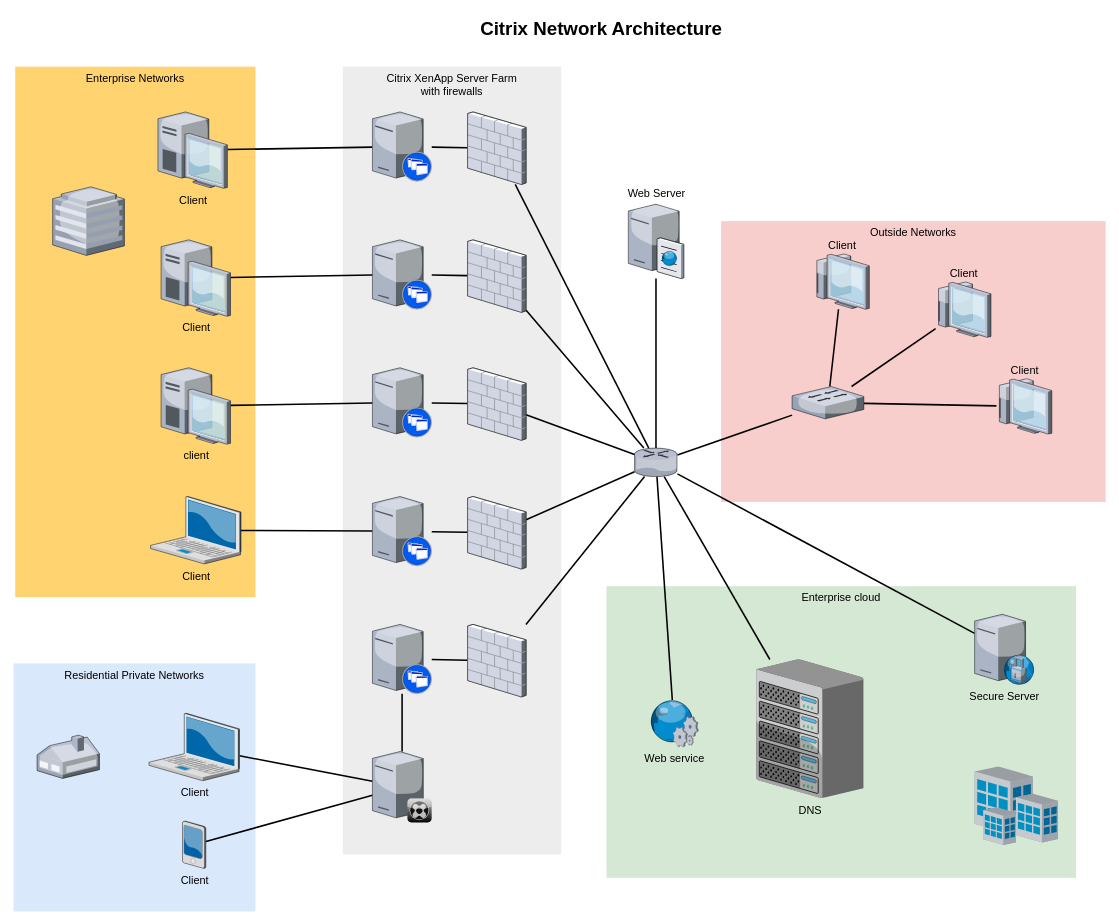
En-Quality/soluseen keeps this draw.io diagram as Untitled Diagram.drawio. Above is the earlier version. Source tidied: cells renumbered, new cells numbered last; positions are measured from the earlier drawing's top-left corner, leaving out a move shared by most shapes. Both pictures are drawn from the tidied source at 78%, with x=0, y=0 at pixel (13, 13).
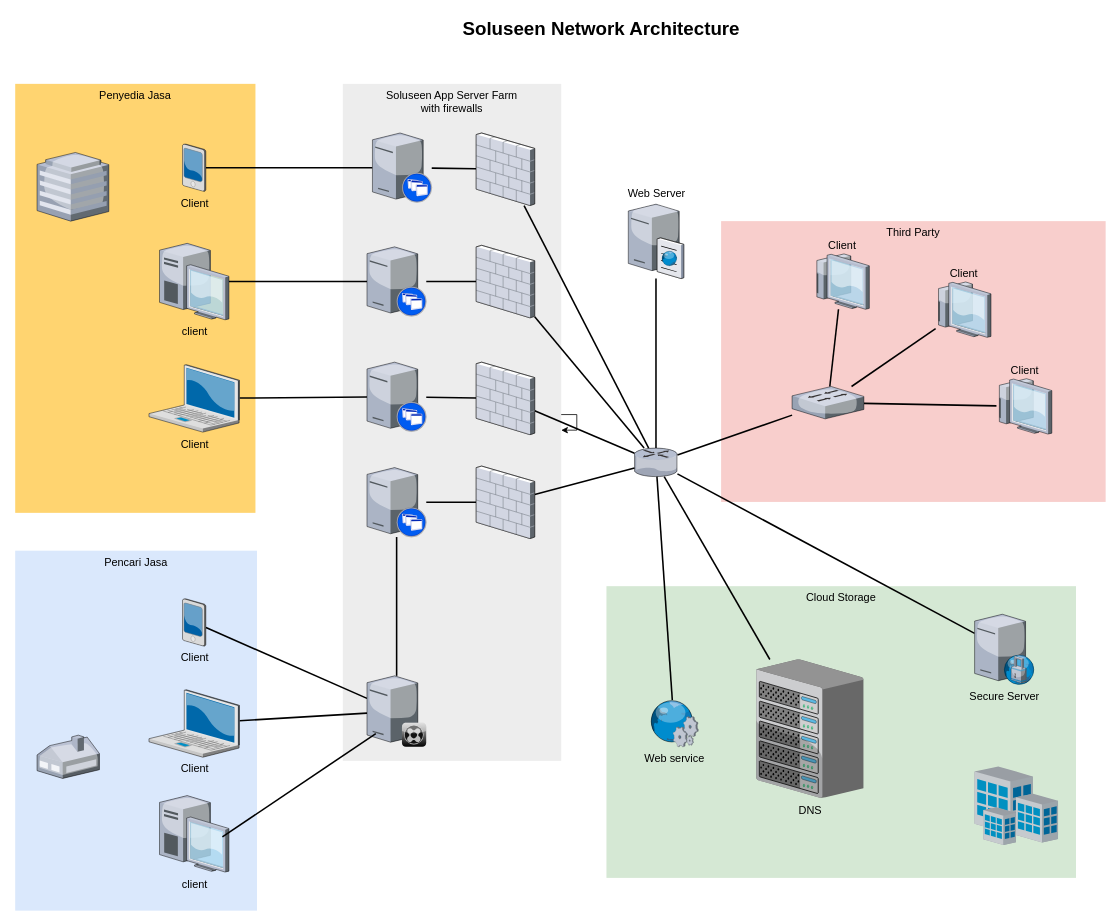
After the change.

The change refers to these unchanged cells:
```xml
<mxCell id="33" style="verticalLabelPosition=bottom;html=1;verticalAlign=top;strokeColor=none;shape=mxgraph.citrix.router;fillColor=#66B2FF;gradientColor=#0066CC;fontSize=14;" parent="1" vertex="1">
  <mxGeometry x="796" y="557" width="55" height="36.5" as="geometry" />
</mxCell>
```

The edit, as a diff of the source:
```diff
@@
-    <mxCell id="2" value="Outside Networks" style="whiteSpace=wrap;html=1;fillColor=#f8cecc;fontSize=14;strokeColor=none;verticalAlign=top;" parent="1" vertex="1">
+    <mxCell id="2" value="Third Party" style="whiteSpace=wrap;html=1;fillColor=#f8cecc;fontSize=14;strokeColor=none;verticalAlign=top;" parent="1" vertex="1">
       <mxGeometry x="907" y="266" width="493" height="360" as="geometry" />
     </mxCell>
-    <mxCell id="3" value="Enterprise cloud" style="whiteSpace=wrap;html=1;fillColor=#d5e8d4;fontSize=14;strokeColor=none;verticalAlign=top;" parent="1" vertex="1">
+    <mxCell id="3" value="Cloud Storage" style="whiteSpace=wrap;html=1;fillColor=#d5e8d4;fontSize=14;strokeColor=none;verticalAlign=top;" parent="1" vertex="1">
       <mxGeometry x="760" y="734" width="602" height="374" as="geometry" />
     </mxCell>
-    <mxCell id="4" value="Citrix XenApp Server Farm&lt;div&gt;with firewalls&lt;/div&gt;" style="whiteSpace=wrap;html=1;fillColor=#EDEDED;fontSize=14;strokeColor=none;verticalAlign=top;" parent="1" vertex="1">
-      <mxGeometry x="422" y="68" width="280" height="1010" as="geometry" />
+    <mxCell id="4" value="Soluseen App Server Farm&lt;div&gt;with firewalls&lt;/div&gt;" style="whiteSpace=wrap;html=1;fillColor=#EDEDED;fontSize=14;strokeColor=none;verticalAlign=top;" parent="1" vertex="1">
+      <mxGeometry x="422" y="90" width="280" height="868" as="geometry" />
     </mxCell>
-    <mxCell id="5" value="Residential Private Networks" style="whiteSpace=wrap;html=1;fillColor=#dae8fc;fontSize=14;strokeColor=none;verticalAlign=top;" parent="1" vertex="1">
-      <mxGeometry y="833" width="310" height="318" as="geometry" />
+    <mxCell id="5" value="Pencari Jasa" style="whiteSpace=wrap;html=1;fillColor=#dae8fc;fontSize=14;strokeColor=none;verticalAlign=top;" parent="1" vertex="1">
+      <mxGeometry x="2" y="688.5" width="310" height="461.5" as="geometry" />
     </mxCell>
-    <mxCell id="6" value="Enterprise Networks" style="whiteSpace=wrap;html=1;fillColor=#FFD470;gradientColor=none;fontSize=14;strokeColor=none;verticalAlign=top;" parent="1" vertex="1">
-      <mxGeometry x="2" y="68" width="308" height="680" as="geometry" />
+    <mxCell id="6" value="Penyedia Jasa" style="whiteSpace=wrap;html=1;fillColor=#FFD470;gradientColor=none;fontSize=14;strokeColor=none;verticalAlign=top;" parent="1" vertex="1">
+      <mxGeometry x="2" y="90" width="308" height="550" as="geometry" />
     </mxCell>
@@
     <mxCell id="8" value="Client" style="verticalLabelPosition=bottom;html=1;verticalAlign=top;strokeColor=none;shape=mxgraph.citrix.laptop_2;fillColor=#66B2FF;gradientColor=#0066CC;fontSize=14;" parent="1" vertex="1">
-      <mxGeometry x="173.5" y="897" width="116" height="86.5" as="geometry" />
+      <mxGeometry x="173.5" y="866.8" width="116" height="86.5" as="geometry" />
     </mxCell>
@@
     <mxCell id="10" value="Client" style="verticalLabelPosition=bottom;html=1;verticalAlign=top;strokeColor=none;shape=mxgraph.citrix.laptop_2;fillColor=#66B2FF;gradientColor=#0066CC;fontSize=14;" parent="1" vertex="1">
-      <mxGeometry x="175.5" y="619" width="116" height="86.5" as="geometry" />
+      <mxGeometry x="173.5" y="450" width="116" height="86.5" as="geometry" />
     </mxCell>
@@
     <mxCell id="12" value="client" style="verticalLabelPosition=bottom;html=1;verticalAlign=top;strokeColor=none;shape=mxgraph.citrix.desktop;fillColor=#66B2FF;gradientColor=#0066CC;fontSize=14;" parent="1" vertex="1">
-      <mxGeometry x="189" y="454" width="89" height="98" as="geometry" />
+      <mxGeometry x="187" y="294.5" width="89" height="98" as="geometry" />
     </mxCell>
-    <mxCell id="13" style="edgeStyle=none;rounded=0;html=1;startSize=10;endSize=10;jettySize=auto;fontSize=14;endArrow=none;endFill=0;strokeWidth=2;" parent="1" edge="1" source="14" target="26">
+    <mxCell id="13" style="edgeStyle=none;rounded=0;html=1;startSize=10;endSize=10;jettySize=auto;fontSize=14;endArrow=none;endFill=0;strokeWidth=2;" parent="1" edge="1" source="63" target="26">
       <mxGeometry relative="1" as="geometry" />
     </mxCell>
-    <mxCell id="14" value="Client" style="verticalLabelPosition=bottom;html=1;verticalAlign=top;strokeColor=none;shape=mxgraph.citrix.desktop;fillColor=#66B2FF;gradientColor=#0066CC;fontSize=14;" parent="1" vertex="1">
-      <mxGeometry x="189" y="290" width="89" height="98" as="geometry" />
-    </mxCell>
-    <mxCell id="15" style="edgeStyle=none;rounded=0;html=1;startSize=10;endSize=10;jettySize=auto;fontSize=14;endArrow=none;endFill=0;strokeWidth=2;" parent="1" edge="1" source="16" target="28">
-      <mxGeometry relative="1" as="geometry" />
-    </mxCell>
-    <mxCell id="16" value="Client" style="verticalLabelPosition=bottom;html=1;verticalAlign=top;strokeColor=none;shape=mxgraph.citrix.desktop;fillColor=#66B2FF;gradientColor=#0066CC;fontSize=14;" parent="1" vertex="1">
-      <mxGeometry x="185" y="126" width="89" height="98" as="geometry" />
-    </mxCell>
@@
     <mxCell id="18" value="Client" style="verticalLabelPosition=bottom;html=1;verticalAlign=top;strokeColor=none;shape=mxgraph.citrix.pda;fillColor=#66B2FF;gradientColor=#0066CC;fontSize=14;" parent="1" vertex="1">
-      <mxGeometry x="216.5" y="1035" width="30" height="61" as="geometry" />
+      <mxGeometry x="216.5" y="750" width="30" height="61" as="geometry" />
     </mxCell>
@@
     <mxCell id="20" style="verticalLabelPosition=bottom;html=1;verticalAlign=top;strokeColor=none;shape=mxgraph.citrix.xenapp_server;fillColor=#66B2FF;gradientColor=#0066CC;fontSize=14;" parent="1" vertex="1">
-      <mxGeometry x="460" y="783" width="76" height="89" as="geometry" />
+      <mxGeometry x="453" y="582" width="76" height="89" as="geometry" />
     </mxCell>
@@
     <mxCell id="22" style="verticalLabelPosition=bottom;html=1;verticalAlign=top;strokeColor=none;shape=mxgraph.citrix.xenapp_server;fillColor=#66B2FF;gradientColor=#0066CC;fontSize=14;" parent="1" vertex="1">
-      <mxGeometry x="460" y="619" width="76" height="89" as="geometry" />
+      <mxGeometry x="453" y="446.8" width="76" height="89" as="geometry" />
     </mxCell>
@@
     <mxCell id="24" style="verticalLabelPosition=bottom;html=1;verticalAlign=top;strokeColor=none;shape=mxgraph.citrix.xenapp_server;fillColor=#66B2FF;gradientColor=#0066CC;fontSize=14;" parent="1" vertex="1">
-      <mxGeometry x="460" y="454" width="76" height="89" as="geometry" />
+      <mxGeometry x="453" y="299" width="76" height="89" as="geometry" />
     </mxCell>
@@
     <mxCell id="26" style="verticalLabelPosition=bottom;html=1;verticalAlign=top;strokeColor=none;shape=mxgraph.citrix.xenapp_server;fillColor=#66B2FF;gradientColor=#0066CC;fontSize=14;" parent="1" vertex="1">
-      <mxGeometry x="460" y="290" width="76" height="89" as="geometry" />
+      <mxGeometry x="460" y="153" width="76" height="89" as="geometry" />
     </mxCell>
-    <mxCell id="27" style="edgeStyle=none;rounded=0;html=1;startSize=10;endSize=10;jettySize=auto;fontSize=14;endArrow=none;endFill=0;strokeWidth=2;" parent="1" edge="1" source="28" target="39">
-      <mxGeometry relative="1" as="geometry" />
-    </mxCell>
-    <mxCell id="28" style="verticalLabelPosition=bottom;html=1;verticalAlign=top;strokeColor=none;shape=mxgraph.citrix.xenapp_server;fillColor=#66B2FF;gradientColor=#0066CC;fontSize=14;" parent="1" vertex="1">
-      <mxGeometry x="460" y="126" width="76" height="89" as="geometry" />
-    </mxCell>
@@
     <mxCell id="35" style="verticalLabelPosition=bottom;html=1;verticalAlign=top;strokeColor=none;shape=mxgraph.citrix.xenclient_synchronizer;fillColor=#CCCCCC;gradientColor=#000000;gradientDirection=south;fontSize=14;" parent="1" vertex="1">
-      <mxGeometry x="460" y="946" width="76" height="91" as="geometry" />
+      <mxGeometry x="453" y="849" width="76" height="91" as="geometry" />
     </mxCell>
@@
-    <mxCell id="38" style="edgeStyle=none;rounded=0;html=1;startSize=10;endSize=10;jettySize=auto;fontSize=14;endArrow=none;endFill=0;strokeWidth=2;" parent="1" edge="1" source="39" target="33">
-      <mxGeometry relative="1" as="geometry" />
-    </mxCell>
-    <mxCell id="39" style="verticalLabelPosition=bottom;html=1;verticalAlign=top;strokeColor=none;shape=mxgraph.citrix.firewall;fillColor=#66B2FF;gradientColor=#0066CC;fontSize=14;" parent="1" vertex="1">
-      <mxGeometry x="582" y="126" width="75" height="93" as="geometry" />
-    </mxCell>
@@
     <mxCell id="41" style="verticalLabelPosition=bottom;html=1;verticalAlign=top;strokeColor=none;shape=mxgraph.citrix.firewall;fillColor=#66B2FF;gradientColor=#0066CC;fontSize=14;" parent="1" vertex="1">
-      <mxGeometry x="582" y="290" width="75" height="93" as="geometry" />
+      <mxGeometry x="593" y="153" width="75" height="93" as="geometry" />
     </mxCell>
@@
     <mxCell id="43" style="verticalLabelPosition=bottom;html=1;verticalAlign=top;strokeColor=none;shape=mxgraph.citrix.firewall;fillColor=#66B2FF;gradientColor=#0066CC;fontSize=14;" parent="1" vertex="1">
-      <mxGeometry x="582" y="454" width="75" height="93" as="geometry" />
+      <mxGeometry x="593" y="297" width="75" height="93" as="geometry" />
     </mxCell>
@@
     <mxCell id="45" style="verticalLabelPosition=bottom;html=1;verticalAlign=top;strokeColor=none;shape=mxgraph.citrix.firewall;fillColor=#66B2FF;gradientColor=#0066CC;fontSize=14;" parent="1" vertex="1">
-      <mxGeometry x="582" y="619" width="75" height="93" as="geometry" />
+      <mxGeometry x="593" y="446.8" width="75" height="93" as="geometry" />
     </mxCell>
@@
     <mxCell id="47" style="verticalLabelPosition=bottom;html=1;verticalAlign=top;strokeColor=none;shape=mxgraph.citrix.firewall;fillColor=#66B2FF;gradientColor=#0066CC;fontSize=14;" parent="1" vertex="1">
-      <mxGeometry x="582" y="783" width="75" height="93" as="geometry" />
+      <mxGeometry x="593" y="580" width="75" height="93" as="geometry" />
     </mxCell>
@@
     <mxCell id="49" style="verticalLabelPosition=bottom;html=1;verticalAlign=top;strokeColor=none;shape=mxgraph.citrix.hq_enterprise;fillColor=#66B2FF;gradientColor=#0066CC;fontSize=14;" parent="1" vertex="1">
-      <mxGeometry x="50" y="222" width="92" height="88" as="geometry" />
+      <mxGeometry x="30" y="178" width="92" height="88" as="geometry" />
     </mxCell>
@@
-    <mxCell id="61" value="Citrix Network Architecture" style="text;strokeColor=none;fillColor=none;html=1;fontSize=24;fontStyle=1;verticalAlign=middle;align=center;" parent="1" vertex="1">
+    <mxCell id="61" value="Soluseen Network Architecture" style="text;strokeColor=none;fillColor=none;html=1;fontSize=24;fontStyle=1;verticalAlign=middle;align=center;" parent="1" vertex="1">
       <mxGeometry x="322" width="861" height="40" as="geometry" />
     </mxCell>
+    <mxCell id="62" style="edgeStyle=orthogonalEdgeStyle;rounded=0;orthogonalLoop=1;jettySize=auto;html=1;" parent="1" edge="1" source="4" target="4">
+      <mxGeometry relative="1" as="geometry" />
+    </mxCell>
+    <mxCell id="63" value="Client" style="verticalLabelPosition=bottom;html=1;verticalAlign=top;strokeColor=none;shape=mxgraph.citrix.pda;fillColor=#66B2FF;gradientColor=#0066CC;fontSize=14;" parent="1" vertex="1">
+      <mxGeometry x="216.5" y="167" width="30" height="61" as="geometry" />
+    </mxCell>
+    <mxCell id="64" value="client" style="verticalLabelPosition=bottom;html=1;verticalAlign=top;strokeColor=none;shape=mxgraph.citrix.desktop;fillColor=#66B2FF;gradientColor=#0066CC;fontSize=14;" parent="1" vertex="1">
+      <mxGeometry x="187" y="1002.5" width="89" height="98" as="geometry" />
+    </mxCell>
+    <mxCell id="65" style="edgeStyle=none;rounded=0;html=1;startSize=10;endSize=10;jettySize=auto;fontSize=14;endArrow=none;endFill=0;strokeWidth=2;exitX=0.906;exitY=0.541;exitDx=0;exitDy=0;exitPerimeter=0;entryX=0.149;entryY=0.813;entryDx=0;entryDy=0;entryPerimeter=0;" parent="1" edge="1" source="64" target="35">
+      <mxGeometry relative="1" as="geometry" />
+    </mxCell>
```
